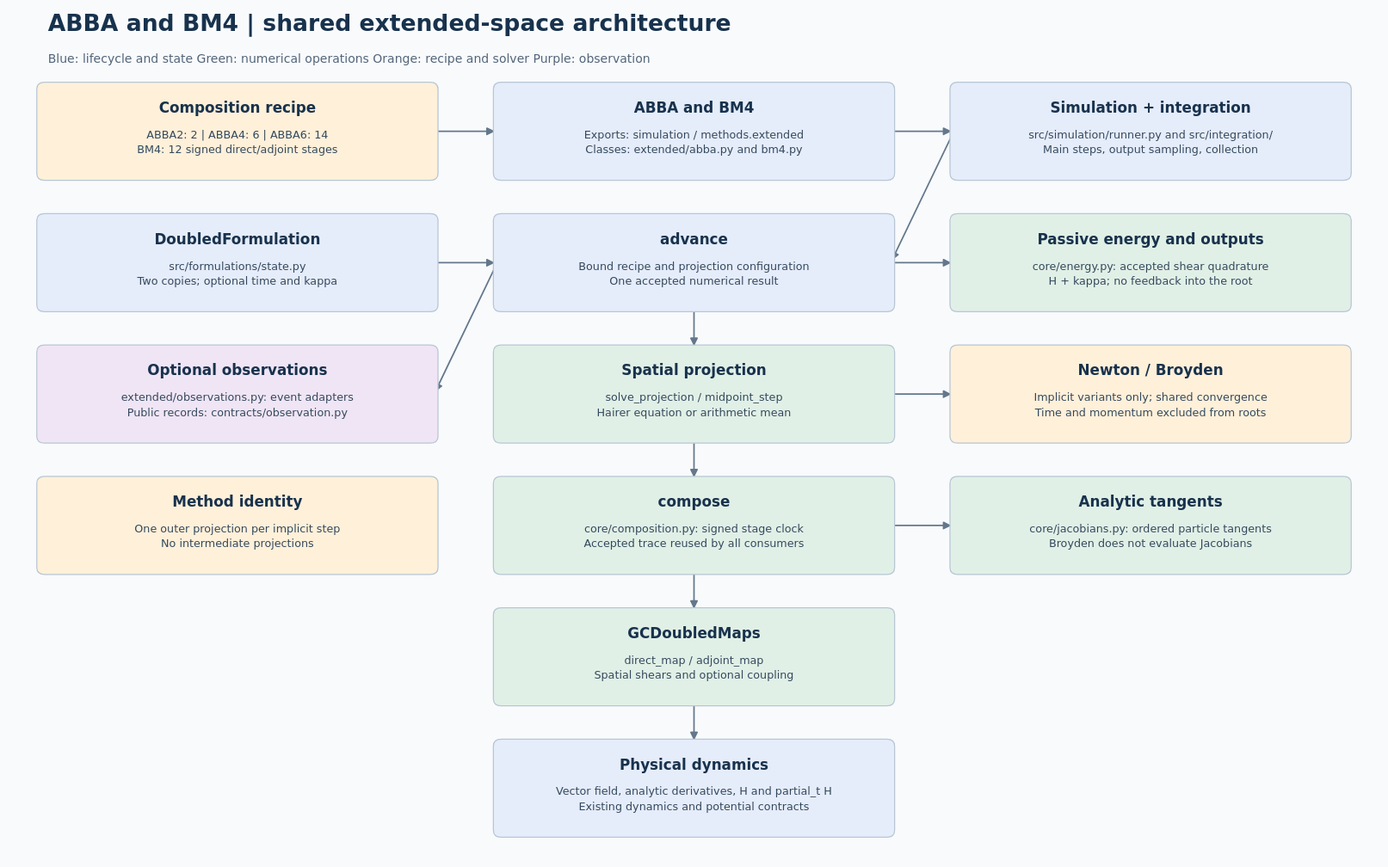
Above: docs/models/extended/simulation/extended-simulation-architecture.svg in Jugibe-52/GC2D_intranet (PlantUML), before the change. Its source is kept beside it as docs/models/extended/simulation/extended-simulation-architecture.puml.
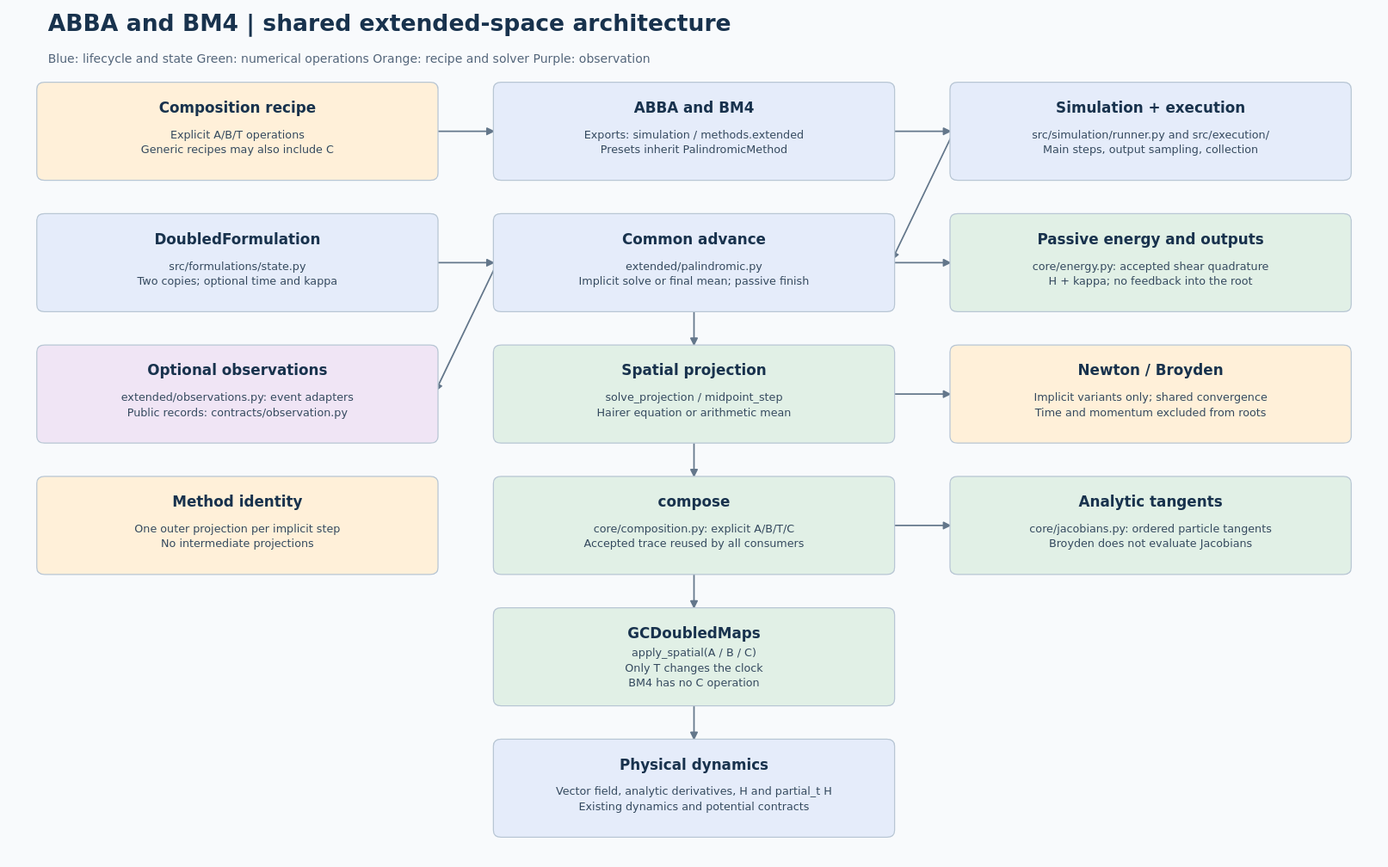
After the commit.

The edit, as a diff of the source:
```diff
@@ -2,19 +2,19 @@
 digraph architecture {
   graph [rankdir=TB, bgcolor="#f8fafc"];
   node [shape=box, style="rounded,filled", fontname="DejaVu Sans"];
-  recipe [label="Composition recipe\nABBA2: 2 | ABBA4: 6 | ABBA6: 14\nBM4: 12 signed direct/adjoint stages", fillcolor="#fff0d9"];
-  method [label="ABBA and BM4\nExports: simulation / methods.extended\nClasses: extended/abba.py and bm4.py", fillcolor="#e5ecfa"];
-  driver [label="Simulation + integration\nsrc/simulation/runner.py and src/integration/\nMain steps, output sampling, collection", fillcolor="#e5ecfa"];
+  recipe [label="Composition recipe\nExplicit A/B/T operations\nGeneric recipes may also include C", fillcolor="#fff0d9"];
+  method [label="ABBA and BM4\nExports: simulation / methods.extended\nPresets inherit PalindromicMethod", fillcolor="#e5ecfa"];
+  driver [label="Simulation + execution\nsrc/simulation/runner.py and src/execution/\nMain steps, output sampling, collection", fillcolor="#e5ecfa"];
   state [label="DoubledFormulation\nsrc/formulations/state.py\nTwo copies; optional time and kappa", fillcolor="#e5ecfa"];
-  advance [label="advance\nBound recipe and projection configuration\nOne accepted numerical result", fillcolor="#e5ecfa"];
+  advance [label="Common advance\nextended/palindromic.py\nImplicit solve or final mean; passive finish", fillcolor="#e5ecfa"];
   energy [label="Passive energy and outputs\ncore/energy.py: accepted shear quadrature\nH + kappa; no feedback into the root", fillcolor="#e1f0e6"];
   observe [label="Optional observations\nextended/observations.py: event adapters\nPublic records: contracts/observation.py", fillcolor="#f0e5f5"];
   projection [label="Spatial projection\nsolve_projection / midpoint_step\nHairer equation or arithmetic mean", fillcolor="#e1f0e6"];
   solver [label="Newton / Broyden\nImplicit variants only; shared convergence\nTime and momentum excluded from roots", fillcolor="#fff0d9"];
   placement [label="Method identity\nOne outer projection per implicit step\nNo intermediate projections", fillcolor="#fff0d9"];
-  compose [label="compose\ncore/composition.py: signed stage clock\nAccepted trace reused by all consumers", fillcolor="#e1f0e6"];
+  compose [label="compose\ncore/composition.py: explicit A/B/T/C\nAccepted trace reused by all consumers", fillcolor="#e1f0e6"];
   tangent [label="Analytic tangents\ncore/jacobians.py: ordered particle tangents\nBroyden does not evaluate Jacobians", fillcolor="#e1f0e6"];
-  maps [label="GCDoubledMaps\ndirect_map / adjoint_map\nSpatial shears and optional coupling", fillcolor="#e1f0e6"];
+  maps [label="GCDoubledMaps\napply_spatial(A / B / C)\nOnly T changes the clock\nBM4 has no C operation", fillcolor="#e1f0e6"];
   dynamics [label="Physical dynamics\nVector field, analytic derivatives, H and partial_t H\nExisting dynamics and potential contracts", fillcolor="#e5ecfa"];
   recipe -> method;
   method -> driver;
```
